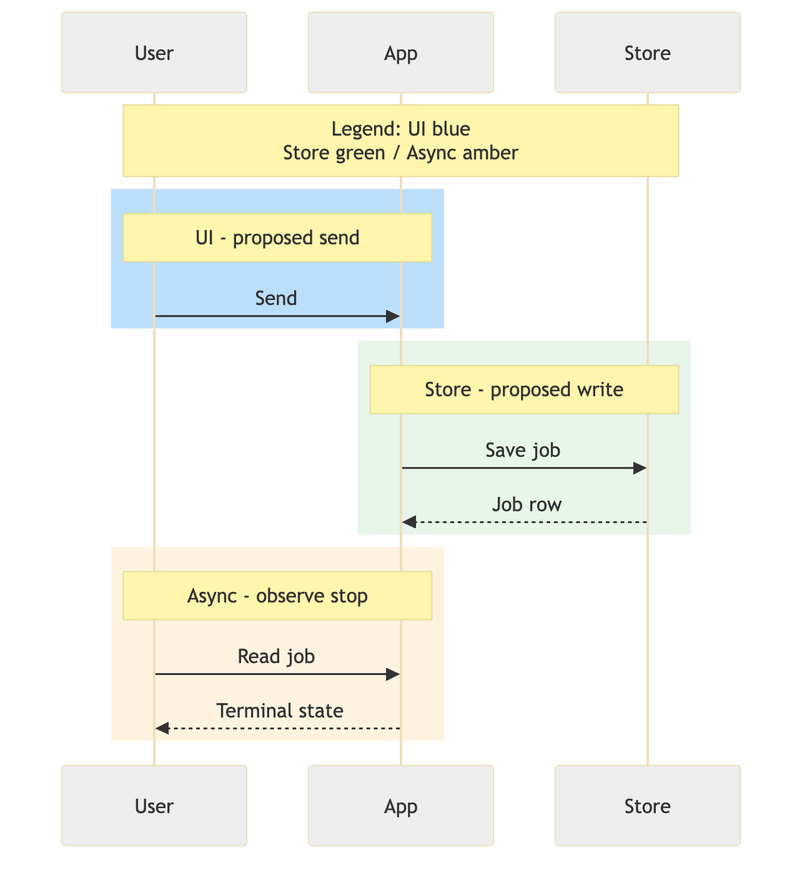
This is reports/crucible-shaping/sequence.png from medhatgalal/Core-Prompts, a Mermaid export, as it was before one commit. Its source is kept beside it as reports/crucible-shaping/sequence.mmd.
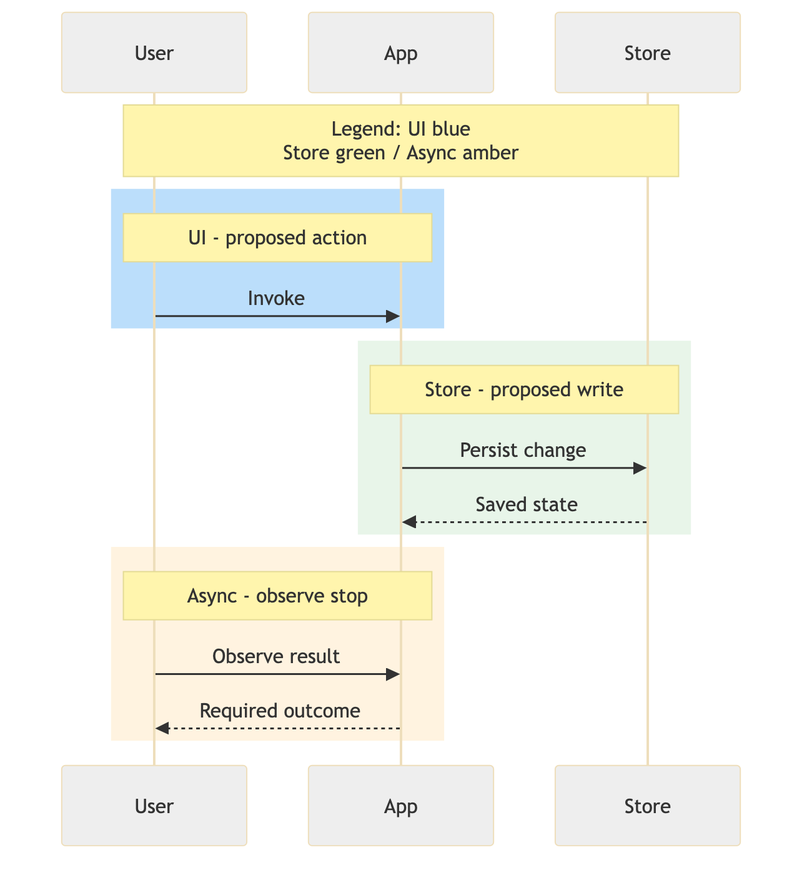
Later version of the same file.

Diff of the diagram source:
```diff
@@ -5,16 +5,16 @@
     participant S as Store
     Note over U,S: Legend: UI blue<br/>Store green / Async amber
     rect rgb(187, 222, 251)
-        Note over U,A: UI - proposed send
-        U->>A: Send
+        Note over U,A: UI - proposed action
+        U->>A: Invoke
     end
     rect rgb(232, 245, 233)
         Note over A,S: Store - proposed write
-        A->>S: Save job
-        S-->>A: Job row
+        A->>S: Persist change
+        S-->>A: Saved state
     end
     rect rgb(255, 243, 224)
         Note over U,A: Async - observe stop
-        U->>A: Read job
-        A-->>U: Terminal state
+        U->>A: Observe result
+        A-->>U: Required outcome
     end
```
